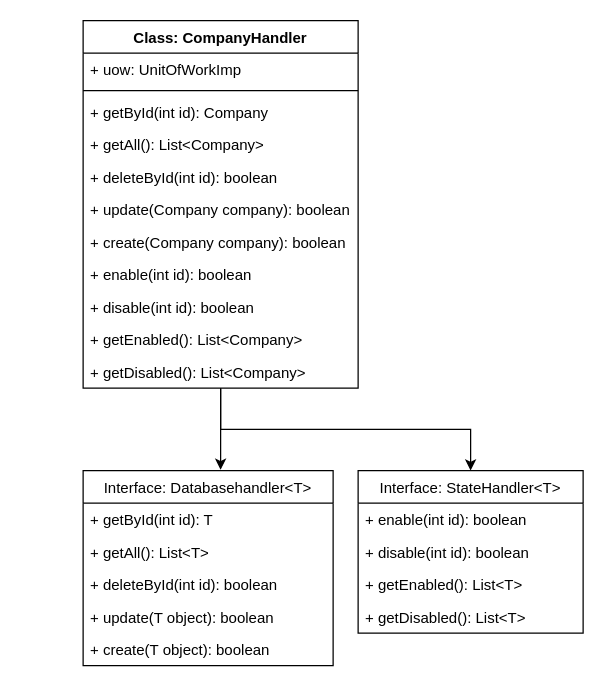
Nilsksk/Costtracker keeps this draw.io diagram as page "SRP-2" (2 of 15) of file/ASE_Diagramme.drawio. Above is the earlier version. Source tidied: cells renumbered, new cells numbered last; positions are measured from the earlier drawing's top-left corner, leaving out a move shared by most shapes. Both pictures are drawn from the tidied source at 125%, with x=0, y=0 at pixel (82, 20).
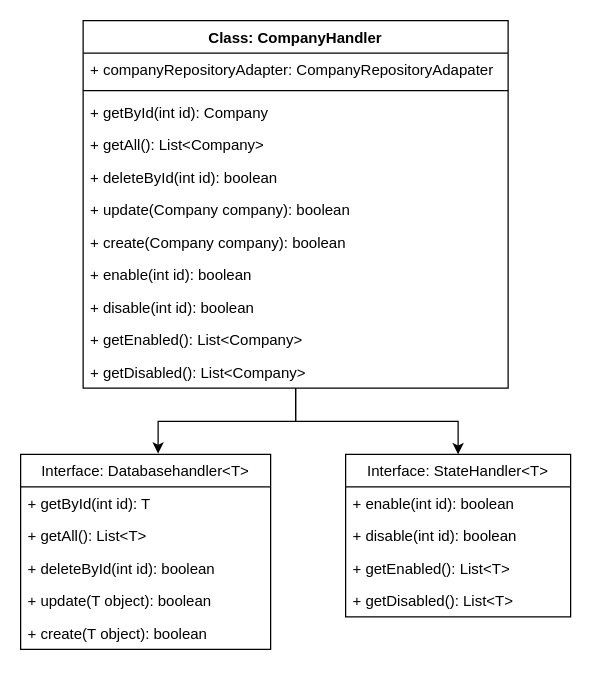
The same page after the edit.

The edit, as a diff of the source:
```diff
@@
     <mxCell id="4" value="Class: CompanyHandler" style="swimlane;fontStyle=1;align=center;verticalAlign=top;horizontal=1;startSize=26;" parent="1" vertex="1">
-      <mxGeometry width="220" height="294" as="geometry" />
+      <mxGeometry width="340" height="294" as="geometry" />
     </mxCell>
-    <mxCell id="5" value="+ uow: UnitOfWorkImp" style="text;strokeColor=none;fillColor=none;align=left;verticalAlign=top;spacingLeft=4;spacingRight=4;overflow=hidden;" parent="4" vertex="1">
-      <mxGeometry y="26" width="220" height="26" as="geometry" />
+    <mxCell id="5" value="+ companyRepositoryAdapter: CompanyRepositoryAdapater" style="text;strokeColor=none;fillColor=none;align=left;verticalAlign=top;spacingLeft=4;spacingRight=4;overflow=hidden;" parent="4" vertex="1">
+      <mxGeometry y="26" width="340" height="26" as="geometry" />
     </mxCell>
     <mxCell id="6" style="line;strokeWidth=1;fillColor=none;align=left;verticalAlign=middle;spacingTop=-1;spacingLeft=3;spacingRight=3;labelPosition=right;" parent="4" vertex="1">
-      <mxGeometry y="52" width="220" height="8" as="geometry" />
+      <mxGeometry y="52" width="340" height="8" as="geometry" />
     </mxCell>
     <mxCell id="7" value="+ getById(int id): Company" style="text;strokeColor=none;fillColor=none;align=left;verticalAlign=top;spacingLeft=4;spacingRight=4;overflow=hidden;" parent="4" vertex="1">
-      <mxGeometry y="60" width="220" height="26" as="geometry" />
+      <mxGeometry y="60" width="340" height="26" as="geometry" />
     </mxCell>
     <mxCell id="8" value="+ getAll(): List&lt;Company&gt;" style="text;strokeColor=none;fillColor=none;align=left;verticalAlign=top;spacingLeft=4;spacingRight=4;overflow=hidden;" parent="4" vertex="1">
-      <mxGeometry y="86" width="220" height="26" as="geometry" />
+      <mxGeometry y="86" width="340" height="26" as="geometry" />
     </mxCell>
     <mxCell id="9" value="+ deleteById(int id): boolean" style="text;strokeColor=none;fillColor=none;align=left;verticalAlign=top;spacingLeft=4;spacingRight=4;overflow=hidden;" parent="4" vertex="1">
-      <mxGeometry y="112" width="220" height="26" as="geometry" />
+      <mxGeometry y="112" width="340" height="26" as="geometry" />
     </mxCell>
     <mxCell id="10" value="+ update(Company company): boolean" style="text;strokeColor=none;fillColor=none;align=left;verticalAlign=top;spacingLeft=4;spacingRight=4;overflow=hidden;" parent="4" vertex="1">
-      <mxGeometry y="138" width="220" height="26" as="geometry" />
+      <mxGeometry y="138" width="340" height="26" as="geometry" />
     </mxCell>
     <mxCell id="11" value="+ create(Company company): boolean" style="text;strokeColor=none;fillColor=none;align=left;verticalAlign=top;spacingLeft=4;spacingRight=4;overflow=hidden;" parent="4" vertex="1">
-      <mxGeometry y="164" width="220" height="26" as="geometry" />
+      <mxGeometry y="164" width="340" height="26" as="geometry" />
     </mxCell>
     <mxCell id="12" value="+ enable(int id): boolean" style="text;strokeColor=none;fillColor=none;align=left;verticalAlign=top;spacingLeft=4;spacingRight=4;overflow=hidden;" parent="4" vertex="1">
-      <mxGeometry y="190" width="220" height="26" as="geometry" />
+      <mxGeometry y="190" width="340" height="26" as="geometry" />
     </mxCell>
     <mxCell id="13" value="+ disable(int id): boolean" style="text;strokeColor=none;fillColor=none;align=left;verticalAlign=top;spacingLeft=4;spacingRight=4;overflow=hidden;" parent="4" vertex="1">
-      <mxGeometry y="216" width="220" height="26" as="geometry" />
+      <mxGeometry y="216" width="340" height="26" as="geometry" />
     </mxCell>
     <mxCell id="14" value="+ getEnabled(): List&lt;Company&gt;" style="text;strokeColor=none;fillColor=none;align=left;verticalAlign=top;spacingLeft=4;spacingRight=4;overflow=hidden;" parent="4" vertex="1">
-      <mxGeometry y="242" width="220" height="26" as="geometry" />
+      <mxGeometry y="242" width="340" height="26" as="geometry" />
     </mxCell>
     <mxCell id="15" value="+ getDisabled(): List&lt;Company&gt;" style="text;strokeColor=none;fillColor=none;align=left;verticalAlign=top;spacingLeft=4;spacingRight=4;overflow=hidden;" parent="4" vertex="1">
-      <mxGeometry y="268" width="220" height="26" as="geometry" />
+      <mxGeometry y="268" width="340" height="26" as="geometry" />
     </mxCell>
     <mxCell id="16" value="Interface: Databasehandler&lt;T&gt;" style="swimlane;fontStyle=0;horizontal=1;startSize=26;fillColor=none;" parent="1" vertex="1">
-      <mxGeometry y="360" width="200" height="156" as="geometry" />
+      <mxGeometry x="-50" y="347" width="200" height="156" as="geometry" />
     </mxCell>
@@
     <mxCell id="22" value="Interface: StateHandler&lt;T&gt;" style="swimlane;fontStyle=0;horizontal=1;startSize=26;fillColor=none;" parent="1" vertex="1">
-      <mxGeometry x="220" y="360" width="180" height="130" as="geometry" />
+      <mxGeometry x="210" y="347" width="180" height="130" as="geometry" />
     </mxCell>
```
